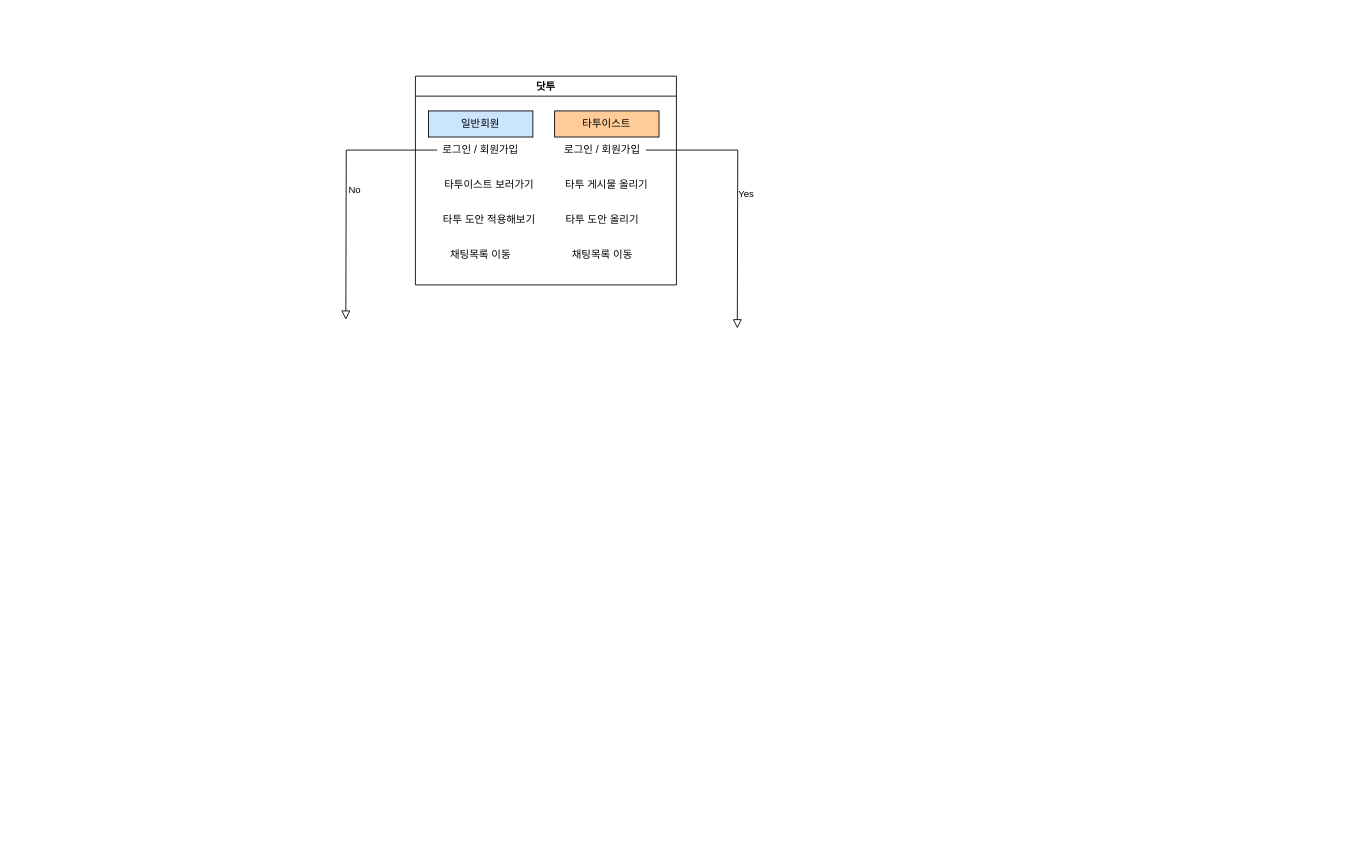
Before: Untitled Diagram.drawio in COSMOS98/DoTattoo, a draw.io diagram. Source tidied: cells renumbered, new cells numbered last; positions are measured from the earlier drawing's top-left corner, leaving out a move shared by most shapes. Both pictures are drawn from the tidied source at 87%, with x=0, y=0 at pixel (345, 76).
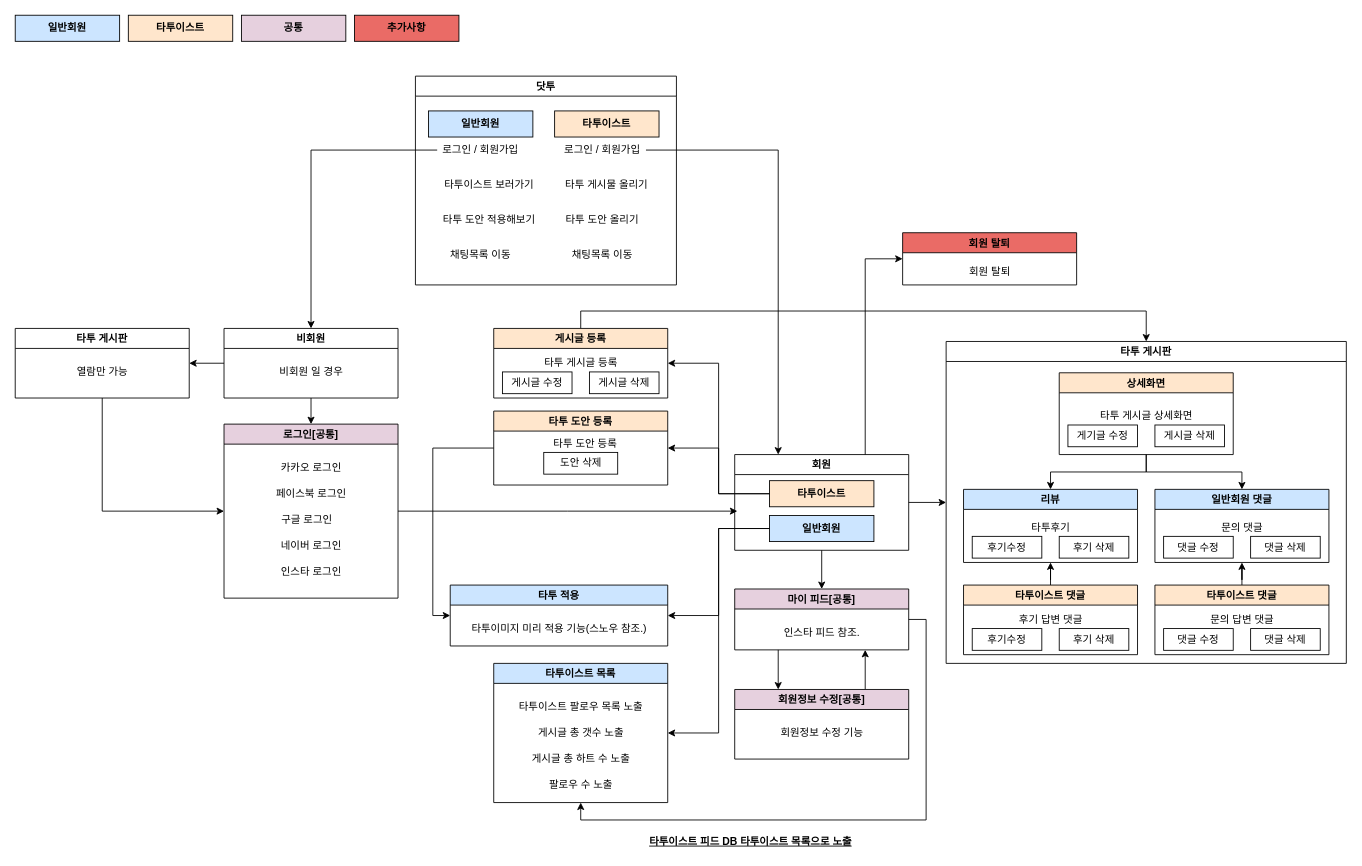
The same page after the edit.

The change refers to these unchanged cells:
```xml
<mxCell id="4" value="닷투" style="swimlane;" parent="1" vertex="1">
  <mxGeometry x="80" width="300" height="240" as="geometry" />
</mxCell>
<mxCell id="5" value="로그인 / 회원가입" style="text;html=1;strokeColor=none;fillColor=none;align=center;verticalAlign=middle;whiteSpace=wrap;rounded=0;" parent="4" vertex="1">
  <mxGeometry x="25" y="70" width="100" height="30" as="geometry" />
</mxCell>
<mxCell id="6" value="로그인 / 회원가입" style="text;html=1;strokeColor=none;fillColor=none;align=center;verticalAlign=middle;whiteSpace=wrap;rounded=0;" parent="4" vertex="1">
  <mxGeometry x="165" y="70" width="100" height="30" as="geometry" />
</mxCell>
```

Change to the diagram source:
```diff
@@
-    <mxCell id="2" value="No" style="edgeStyle=orthogonalEdgeStyle;rounded=0;html=1;jettySize=auto;fontSize=11;endArrow=block;endFill=0;endSize=8;strokeWidth=1;shadow=0;labelBackgroundColor=none;exitX=0;exitY=0.5;exitDx=0;exitDy=0;" parent="1" edge="1" source="5">
-      <mxGeometry y="10" relative="1" as="geometry">
-        <mxPoint y="280" as="targetPoint" />
-      </mxGeometry>
-    </mxCell>
-    <mxCell id="3" value="Yes" style="edgeStyle=orthogonalEdgeStyle;rounded=0;html=1;jettySize=auto;fontSize=11;endArrow=block;endFill=0;endSize=8;strokeWidth=1;shadow=0;labelBackgroundColor=none;exitX=1;exitY=0.5;exitDx=0;exitDy=0;" parent="1" edge="1" source="6">
-      <mxGeometry y="10" relative="1" as="geometry">
-        <mxPoint x="450" y="290" as="targetPoint" />
-      </mxGeometry>
-    </mxCell>
@@
-    <mxCell id="13" value="일반회원" style="rounded=0;whiteSpace=wrap;html=1;fillColor=#CCE5FF;" parent="4" vertex="1">
+    <mxCell id="13" value="&lt;b&gt;일반회원&lt;/b&gt;" style="rounded=0;whiteSpace=wrap;html=1;fillColor=#CCE5FF;" parent="4" vertex="1">
       <mxGeometry x="15" y="40" width="120" height="30" as="geometry" />
     </mxCell>
-    <mxCell id="14" value="타투이스트" style="rounded=0;whiteSpace=wrap;html=1;fillColor=#FFCC99;" parent="4" vertex="1">
+    <mxCell id="14" value="&lt;b&gt;타투이스트&lt;/b&gt;" style="rounded=0;whiteSpace=wrap;html=1;fillColor=#FFE6CC;" parent="4" vertex="1">
       <mxGeometry x="160" y="40" width="120" height="30" as="geometry" />
     </mxCell>
+    <mxCell id="15" style="edgeStyle=orthogonalEdgeStyle;rounded=0;jettySize=auto;html=1;exitX=0;exitY=0.5;exitDx=0;exitDy=0;entryX=1;entryY=0.5;entryDx=0;entryDy=0;" parent="1" edge="1" source="17" target="28">
+      <mxGeometry relative="1" as="geometry" />
+    </mxCell>
+    <mxCell id="16" style="edgeStyle=orthogonalEdgeStyle;rounded=0;jettySize=auto;html=1;exitX=0.5;exitY=1;exitDx=0;exitDy=0;entryX=0.5;entryY=0;entryDx=0;entryDy=0;" parent="1" edge="1" source="17" target="31">
+      <mxGeometry relative="1" as="geometry" />
+    </mxCell>
+    <mxCell id="17" value="비회원" style="swimlane;strokeColor=#000000;fillColor=none;" parent="1" vertex="1">
+      <mxGeometry x="-140" y="290" width="200" height="80" as="geometry" />
+    </mxCell>
+    <mxCell id="18" value="비회원 일 경우" style="text;html=1;align=center;verticalAlign=middle;strokeColor=none;fillColor=none;" parent="17" vertex="1">
+      <mxGeometry x="55" y="40" width="90" height="20" as="geometry" />
+    </mxCell>
+    <mxCell id="19" style="edgeStyle=orthogonalEdgeStyle;rounded=0;jettySize=auto;html=1;exitX=0.5;exitY=1;exitDx=0;exitDy=0;entryX=0.5;entryY=0;entryDx=0;entryDy=0;" parent="1" edge="1" source="22" target="39">
+      <mxGeometry relative="1" as="geometry" />
+    </mxCell>
+    <mxCell id="20" style="edgeStyle=orthogonalEdgeStyle;rounded=0;jettySize=auto;html=1;exitX=1;exitY=0.5;exitDx=0;exitDy=0;entryX=0;entryY=0.5;entryDx=0;entryDy=0;" parent="1" edge="1" source="22" target="44">
+      <mxGeometry relative="1" as="geometry" />
+    </mxCell>
+    <mxCell id="21" style="edgeStyle=orthogonalEdgeStyle;rounded=0;jettySize=auto;html=1;exitX=0.75;exitY=0;exitDx=0;exitDy=0;entryX=0;entryY=0.5;entryDx=0;entryDy=0;" parent="1" edge="1" source="22" target="93">
+      <mxGeometry relative="1" as="geometry" />
+    </mxCell>
+    <mxCell id="22" value="회원" style="swimlane;strokeColor=#000000;fillColor=none;" parent="1" vertex="1">
+      <mxGeometry x="447" y="435" width="200" height="110" as="geometry" />
+    </mxCell>
+    <mxCell id="23" value="&lt;b&gt;타투이스트&lt;/b&gt;" style="rounded=0;whiteSpace=wrap;html=1;fillColor=#FFE6CC;" parent="22" vertex="1">
+      <mxGeometry x="40" y="30" width="120" height="30" as="geometry" />
+    </mxCell>
+    <mxCell id="24" value="&lt;b&gt;일반회원&lt;/b&gt;" style="rounded=0;whiteSpace=wrap;html=1;fillColor=#CCE5FF;" parent="22" vertex="1">
+      <mxGeometry x="40" y="70" width="120" height="30" as="geometry" />
+    </mxCell>
+    <mxCell id="25" style="edgeStyle=orthogonalEdgeStyle;rounded=0;jettySize=auto;html=1;exitX=0;exitY=0.5;exitDx=0;exitDy=0;entryX=0.5;entryY=0;entryDx=0;entryDy=0;" parent="1" edge="1" source="5" target="17">
+      <mxGeometry relative="1" as="geometry" />
+    </mxCell>
+    <mxCell id="26" style="edgeStyle=orthogonalEdgeStyle;rounded=0;jettySize=auto;html=1;exitX=1;exitY=0.5;exitDx=0;exitDy=0;entryX=0.25;entryY=0;entryDx=0;entryDy=0;" parent="1" edge="1" source="6" target="22">
+      <mxGeometry relative="1" as="geometry" />
+    </mxCell>
+    <mxCell id="27" style="edgeStyle=orthogonalEdgeStyle;rounded=0;jettySize=auto;html=1;entryX=0;entryY=0.5;entryDx=0;entryDy=0;exitX=0.5;exitY=1;exitDx=0;exitDy=0;" parent="1" edge="1" source="28" target="31">
+      <mxGeometry relative="1" as="geometry" />
+    </mxCell>
+    <mxCell id="28" value="타투 게시판" style="swimlane;strokeColor=#000000;fillColor=none;" parent="1" vertex="1">
+      <mxGeometry x="-380" y="290" width="200" height="80" as="geometry" />
+    </mxCell>
+    <mxCell id="29" value="열람만 가능" style="text;html=1;align=center;verticalAlign=middle;strokeColor=none;fillColor=none;" parent="28" vertex="1">
+      <mxGeometry x="60" y="40" width="80" height="20" as="geometry" />
+    </mxCell>
+    <mxCell id="30" style="edgeStyle=orthogonalEdgeStyle;rounded=0;jettySize=auto;html=1;exitX=1;exitY=0.5;exitDx=0;exitDy=0;" parent="1" edge="1" source="31">
+      <mxGeometry relative="1" as="geometry">
+        <mxPoint x="450" y="500" as="targetPoint" />
+      </mxGeometry>
+    </mxCell>
+    <mxCell id="31" value="로그인[공통]" style="swimlane;strokeColor=#000000;fillColor=#E6D0DE;" parent="1" vertex="1">
+      <mxGeometry x="-140" y="400" width="200" height="200" as="geometry" />
+    </mxCell>
+    <mxCell id="32" value="네이버 로그인" style="text;html=1;align=center;verticalAlign=middle;strokeColor=none;fillColor=none;" parent="31" vertex="1">
+      <mxGeometry x="55" y="130" width="90" height="20" as="geometry" />
+    </mxCell>
+    <mxCell id="33" value="구글 로그인" style="text;html=1;align=center;verticalAlign=middle;strokeColor=none;fillColor=none;" parent="31" vertex="1">
+      <mxGeometry x="55" y="100" width="80" height="20" as="geometry" />
+    </mxCell>
+    <mxCell id="34" value="페이스북 로그인" style="text;html=1;align=center;verticalAlign=middle;strokeColor=none;fillColor=none;" parent="31" vertex="1">
+      <mxGeometry x="50" y="70" width="100" height="20" as="geometry" />
+    </mxCell>
+    <mxCell id="35" value="카카오 로그인" style="text;html=1;align=center;verticalAlign=middle;strokeColor=none;fillColor=none;" parent="31" vertex="1">
+      <mxGeometry x="55" y="40" width="90" height="20" as="geometry" />
+    </mxCell>
+    <mxCell id="36" value="인스타 로그인" style="text;html=1;align=center;verticalAlign=middle;strokeColor=none;fillColor=none;" parent="31" vertex="1">
+      <mxGeometry x="55" y="160" width="90" height="20" as="geometry" />
+    </mxCell>
+    <mxCell id="37" style="edgeStyle=orthogonalEdgeStyle;rounded=0;jettySize=auto;html=1;exitX=0.25;exitY=1;exitDx=0;exitDy=0;entryX=0.25;entryY=0;entryDx=0;entryDy=0;" parent="1" edge="1" source="39" target="42">
+      <mxGeometry relative="1" as="geometry" />
+    </mxCell>
+    <mxCell id="38" style="edgeStyle=orthogonalEdgeStyle;rounded=0;jettySize=auto;html=1;entryX=0.5;entryY=1;entryDx=0;entryDy=0;exitX=1;exitY=0.5;exitDx=0;exitDy=0;" parent="1" edge="1" source="39" target="71">
+      <mxGeometry relative="1" as="geometry" />
+    </mxCell>
+    <mxCell id="39" value="마이 피드[공통]" style="swimlane;strokeColor=#000000;fillColor=#E6D0DE;" parent="1" vertex="1">
+      <mxGeometry x="447" y="589.5" width="200" height="70" as="geometry" />
+    </mxCell>
+    <mxCell id="40" value="인스타 피드 참조." style="text;html=1;align=center;verticalAlign=middle;strokeColor=none;fillColor=none;" parent="39" vertex="1">
+      <mxGeometry x="45" y="40" width="110" height="20" as="geometry" />
+    </mxCell>
+    <mxCell id="41" style="edgeStyle=orthogonalEdgeStyle;rounded=0;jettySize=auto;html=1;exitX=0.75;exitY=0;exitDx=0;exitDy=0;entryX=0.75;entryY=1;entryDx=0;entryDy=0;" parent="1" edge="1" source="42" target="39">
+      <mxGeometry relative="1" as="geometry" />
+    </mxCell>
+    <mxCell id="42" value="회원정보 수정[공통]" style="swimlane;strokeColor=#000000;fillColor=#E6D0DE;" parent="1" vertex="1">
+      <mxGeometry x="447" y="705" width="200" height="80" as="geometry" />
+    </mxCell>
+    <mxCell id="43" value="회원정보 수정 기능" style="text;html=1;align=center;verticalAlign=middle;strokeColor=none;fillColor=none;" parent="42" vertex="1">
+      <mxGeometry x="40" y="40" width="120" height="20" as="geometry" />
+    </mxCell>
+    <mxCell id="44" value="타투 게시판" style="swimlane;strokeColor=#000000;fillColor=none;" parent="1" vertex="1">
+      <mxGeometry x="690" y="305" width="460" height="370" as="geometry" />
+    </mxCell>
+    <mxCell id="45" style="edgeStyle=orthogonalEdgeStyle;rounded=0;jettySize=auto;html=1;exitX=0.5;exitY=1;exitDx=0;exitDy=0;entryX=0.5;entryY=0;entryDx=0;entryDy=0;" parent="44" edge="1" source="47" target="55">
+      <mxGeometry relative="1" as="geometry" />
+    </mxCell>
+    <mxCell id="46" style="edgeStyle=orthogonalEdgeStyle;rounded=0;jettySize=auto;html=1;exitX=0.5;exitY=1;exitDx=0;exitDy=0;entryX=0.5;entryY=0;entryDx=0;entryDy=0;" parent="44" edge="1" source="47" target="51">
+      <mxGeometry relative="1" as="geometry" />
+    </mxCell>
+    <mxCell id="47" value="상세화면" style="swimlane;strokeColor=#000000;fillColor=#FFE6CC;" parent="44" vertex="1">
+      <mxGeometry x="130" y="36" width="200" height="94" as="geometry" />
+    </mxCell>
+    <mxCell id="48" value="타투 게시글 상세화면" style="text;html=1;align=center;verticalAlign=middle;strokeColor=none;fillColor=none;" parent="47" vertex="1">
+      <mxGeometry x="35" y="40" width="130" height="20" as="geometry" />
+    </mxCell>
+    <mxCell id="49" value="게기글 수정" style="rounded=0;whiteSpace=wrap;html=1;fillColor=none;" parent="47" vertex="1">
+      <mxGeometry x="10" y="60" width="80" height="25" as="geometry" />
+    </mxCell>
+    <mxCell id="50" value="게시글 삭제" style="rounded=0;whiteSpace=wrap;html=1;fillColor=none;" parent="47" vertex="1">
+      <mxGeometry x="110" y="60" width="80" height="25" as="geometry" />
+    </mxCell>
+    <mxCell id="51" value="일반회원 댓글" style="swimlane;strokeColor=#000000;fillColor=#CCE5FF;startSize=23;" parent="44" vertex="1">
+      <mxGeometry x="240" y="170" width="200" height="84" as="geometry" />
+    </mxCell>
+    <mxCell id="52" value="문의 댓글" style="text;html=1;align=center;verticalAlign=middle;strokeColor=none;fillColor=none;" parent="51" vertex="1">
+      <mxGeometry x="65" y="34" width="70" height="20" as="geometry" />
+    </mxCell>
+    <mxCell id="53" value="댓글 수정" style="rounded=0;whiteSpace=wrap;html=1;fillColor=none;" parent="51" vertex="1">
+      <mxGeometry x="10" y="54" width="80" height="25" as="geometry" />
+    </mxCell>
+    <mxCell id="54" value="댓글 삭제" style="rounded=0;whiteSpace=wrap;html=1;fillColor=none;" parent="51" vertex="1">
+      <mxGeometry x="110" y="54" width="80" height="25" as="geometry" />
+    </mxCell>
+    <mxCell id="55" value="리뷰" style="swimlane;strokeColor=#000000;fillColor=#CCE5FF;" parent="44" vertex="1">
+      <mxGeometry x="20" y="170" width="200" height="84" as="geometry" />
+    </mxCell>
+    <mxCell id="56" value="타투후기" style="text;html=1;align=center;verticalAlign=middle;strokeColor=none;fillColor=none;" parent="55" vertex="1">
+      <mxGeometry x="70" y="34" width="60" height="20" as="geometry" />
+    </mxCell>
+    <mxCell id="57" value="후기수정" style="rounded=0;whiteSpace=wrap;html=1;fillColor=none;" parent="55" vertex="1">
+      <mxGeometry x="10" y="54" width="80" height="25" as="geometry" />
+    </mxCell>
+    <mxCell id="58" value="후기 삭제" style="rounded=0;whiteSpace=wrap;html=1;fillColor=none;" parent="55" vertex="1">
+      <mxGeometry x="110" y="54" width="80" height="25" as="geometry" />
+    </mxCell>
+    <mxCell id="59" style="edgeStyle=orthogonalEdgeStyle;rounded=0;jettySize=auto;html=1;entryX=0.5;entryY=1;entryDx=0;entryDy=0;" parent="44" edge="1" source="60" target="55">
+      <mxGeometry relative="1" as="geometry" />
+    </mxCell>
+    <mxCell id="60" value="타투이스트 댓글" style="swimlane;strokeColor=#000000;fillColor=#FFE6CC;startSize=23;" parent="44" vertex="1">
+      <mxGeometry x="20" y="280" width="200" height="80" as="geometry" />
+    </mxCell>
+    <mxCell id="61" value="후기 답변 댓글" style="text;html=1;align=center;verticalAlign=middle;strokeColor=none;fillColor=none;" parent="60" vertex="1">
+      <mxGeometry x="55" y="30" width="90" height="20" as="geometry" />
+    </mxCell>
+    <mxCell id="62" value="후기수정" style="rounded=0;whiteSpace=wrap;html=1;fillColor=none;" parent="60" vertex="1">
+      <mxGeometry x="10" y="50" width="80" height="25" as="geometry" />
+    </mxCell>
+    <mxCell id="63" value="후기 삭제" style="rounded=0;whiteSpace=wrap;html=1;fillColor=none;" parent="60" vertex="1">
+      <mxGeometry x="110" y="50" width="80" height="25" as="geometry" />
+    </mxCell>
+    <mxCell id="64" style="edgeStyle=orthogonalEdgeStyle;rounded=0;jettySize=auto;html=1;entryX=0.5;entryY=1;entryDx=0;entryDy=0;" parent="44" edge="1" source="65" target="51">
+      <mxGeometry relative="1" as="geometry" />
+    </mxCell>
+    <mxCell id="65" value="타투이스트 댓글" style="swimlane;strokeColor=#000000;fillColor=#FFE6CC;startSize=23;" parent="44" vertex="1">
+      <mxGeometry x="240" y="280" width="200" height="80" as="geometry" />
+    </mxCell>
+    <mxCell id="66" value="문의 답변 댓글" style="text;html=1;align=center;verticalAlign=middle;strokeColor=none;fillColor=none;" parent="65" vertex="1">
+      <mxGeometry x="55" y="30" width="90" height="20" as="geometry" />
+    </mxCell>
+    <mxCell id="67" value="댓글 수정" style="rounded=0;whiteSpace=wrap;html=1;fillColor=none;" parent="65" vertex="1">
+      <mxGeometry x="10" y="50" width="80" height="25" as="geometry" />
+    </mxCell>
+    <mxCell id="68" value="댓글 삭제" style="rounded=0;whiteSpace=wrap;html=1;fillColor=none;" parent="65" vertex="1">
+      <mxGeometry x="110" y="50" width="80" height="25" as="geometry" />
+    </mxCell>
+    <mxCell id="69" value="타투 적용" style="swimlane;strokeColor=#000000;fillColor=#CCE5FF;" parent="1" vertex="1">
+      <mxGeometry x="120" y="585" width="250" height="70" as="geometry" />
+    </mxCell>
+    <mxCell id="70" value="타투이미지 미리 적용 기능(스노우 참조.)" style="text;html=1;align=center;verticalAlign=middle;strokeColor=none;fillColor=none;" parent="69" vertex="1">
+      <mxGeometry x="10" y="40" width="230" height="20" as="geometry" />
+    </mxCell>
+    <mxCell id="71" value="타투이스트 목록" style="swimlane;strokeColor=#000000;fillColor=#CCE5FF;" parent="1" vertex="1">
+      <mxGeometry x="170" y="675" width="200" height="160" as="geometry" />
+    </mxCell>
+    <mxCell id="72" value="게시글 총 하트 수 노출" style="text;html=1;align=center;verticalAlign=middle;strokeColor=none;fillColor=none;" parent="71" vertex="1">
+      <mxGeometry x="30" y="100" width="140" height="20" as="geometry" />
+    </mxCell>
+    <mxCell id="73" value="팔로우 수 노출" style="text;html=1;align=center;verticalAlign=middle;strokeColor=none;fillColor=none;" parent="71" vertex="1">
+      <mxGeometry x="55" y="130" width="90" height="20" as="geometry" />
+    </mxCell>
+    <mxCell id="74" value="타투이스트 팔로우 목록 노출" style="text;html=1;align=center;verticalAlign=middle;strokeColor=none;fillColor=none;" parent="71" vertex="1">
+      <mxGeometry x="15" y="40" width="170" height="20" as="geometry" />
+    </mxCell>
+    <mxCell id="75" value="게시글 총 갯수 노출" style="text;html=1;align=center;verticalAlign=middle;strokeColor=none;fillColor=none;" parent="1" vertex="1">
+      <mxGeometry x="210" y="745" width="120" height="20" as="geometry" />
+    </mxCell>
+    <mxCell id="76" style="edgeStyle=orthogonalEdgeStyle;rounded=0;jettySize=auto;html=1;entryX=0.5;entryY=0;entryDx=0;entryDy=0;exitX=0.5;exitY=0;exitDx=0;exitDy=0;" parent="1" edge="1" source="77" target="44">
+      <mxGeometry relative="1" as="geometry" />
+    </mxCell>
+    <mxCell id="77" value="게시글 등록" style="swimlane;strokeColor=#000000;fillColor=#FFE6CC;" parent="1" vertex="1">
+      <mxGeometry x="170" y="290" width="200" height="80" as="geometry" />
+    </mxCell>
+    <mxCell id="78" value="타투 게시글 등록" style="text;html=1;align=center;verticalAlign=middle;strokeColor=none;fillColor=none;" parent="77" vertex="1">
+      <mxGeometry x="45" y="30" width="110" height="20" as="geometry" />
+    </mxCell>
+    <mxCell id="79" value="게시글 수정" style="rounded=0;whiteSpace=wrap;html=1;fillColor=none;" parent="77" vertex="1">
+      <mxGeometry x="10" y="50" width="80" height="25" as="geometry" />
+    </mxCell>
+    <mxCell id="80" value="게시글 삭제" style="rounded=0;whiteSpace=wrap;html=1;fillColor=none;" parent="77" vertex="1">
+      <mxGeometry x="110" y="50" width="80" height="25" as="geometry" />
+    </mxCell>
+    <mxCell id="81" style="edgeStyle=orthogonalEdgeStyle;rounded=0;jettySize=auto;html=1;entryX=0;entryY=0.5;entryDx=0;entryDy=0;exitX=0;exitY=0.5;exitDx=0;exitDy=0;" parent="1" edge="1" source="82" target="69">
+      <mxGeometry relative="1" as="geometry" />
+    </mxCell>
+    <mxCell id="82" value="타투 도안 등록" style="swimlane;strokeColor=#000000;fillColor=#FFE6CC;" parent="1" vertex="1">
+      <mxGeometry x="170" y="385" width="200" height="85" as="geometry" />
+    </mxCell>
+    <mxCell id="83" value="타투 도안 등록" style="text;html=1;align=center;verticalAlign=middle;strokeColor=none;fillColor=none;" parent="82" vertex="1">
+      <mxGeometry x="60" y="27.5" width="90" height="20" as="geometry" />
+    </mxCell>
+    <mxCell id="84" value="도안 삭제" style="rounded=0;whiteSpace=wrap;html=1;fillColor=none;" parent="82" vertex="1">
+      <mxGeometry x="57.5" y="47.5" width="85" height="25" as="geometry" />
+    </mxCell>
+    <mxCell id="85" style="edgeStyle=orthogonalEdgeStyle;rounded=0;jettySize=auto;html=1;exitX=0;exitY=0.5;exitDx=0;exitDy=0;entryX=1;entryY=0.5;entryDx=0;entryDy=0;" parent="1" edge="1" source="24" target="69">
+      <mxGeometry relative="1" as="geometry" />
+    </mxCell>
+    <mxCell id="86" style="edgeStyle=orthogonalEdgeStyle;rounded=0;jettySize=auto;html=1;exitX=0;exitY=0.5;exitDx=0;exitDy=0;entryX=1;entryY=0.5;entryDx=0;entryDy=0;" parent="1" edge="1" source="24" target="71">
+      <mxGeometry relative="1" as="geometry" />
+    </mxCell>
+    <mxCell id="87" style="edgeStyle=orthogonalEdgeStyle;rounded=0;jettySize=auto;html=1;exitX=0;exitY=0.5;exitDx=0;exitDy=0;entryX=1;entryY=0.5;entryDx=0;entryDy=0;" parent="1" edge="1" source="23" target="77">
+      <mxGeometry relative="1" as="geometry" />
+    </mxCell>
+    <mxCell id="88" style="edgeStyle=orthogonalEdgeStyle;rounded=0;jettySize=auto;html=1;exitX=0;exitY=0.5;exitDx=0;exitDy=0;entryX=1;entryY=0.5;entryDx=0;entryDy=0;" parent="1" edge="1" source="23" target="82">
+      <mxGeometry relative="1" as="geometry" />
+    </mxCell>
+    <mxCell id="89" value="&lt;b&gt;&lt;u&gt;타투이스트 피드 DB 타투이스트 목록으로 노출&lt;/u&gt;&lt;/b&gt;" style="text;html=1;align=center;verticalAlign=middle;strokeColor=none;fillColor=none;" parent="1" vertex="1">
+      <mxGeometry x="330" y="870" width="270" height="20" as="geometry" />
+    </mxCell>
+    <mxCell id="90" value="&lt;b&gt;일반회원&lt;/b&gt;" style="rounded=0;whiteSpace=wrap;html=1;fillColor=#CCE5FF;" parent="1" vertex="1">
+      <mxGeometry x="-380" y="-70" width="120" height="30" as="geometry" />
+    </mxCell>
+    <mxCell id="91" value="&lt;b&gt;타투이스트&lt;/b&gt;" style="rounded=0;whiteSpace=wrap;html=1;fillColor=#FFE6CC;" parent="1" vertex="1">
+      <mxGeometry x="-250" y="-70" width="120" height="30" as="geometry" />
+    </mxCell>
+    <mxCell id="92" value="&lt;b&gt;공통&lt;/b&gt;" style="rounded=0;whiteSpace=wrap;html=1;fillColor=#E6D0DE;" parent="1" vertex="1">
+      <mxGeometry x="-120" y="-70" width="120" height="30" as="geometry" />
+    </mxCell>
+    <mxCell id="93" value="회원 탈퇴" style="swimlane;fillColor=#EA6B66;" parent="1" vertex="1">
+      <mxGeometry x="640" y="180" width="200" height="60" as="geometry" />
+    </mxCell>
+    <mxCell id="94" value="회원 탈퇴" style="text;html=1;align=center;verticalAlign=middle;strokeColor=none;fillColor=none;" parent="93" vertex="1">
+      <mxGeometry x="65" y="35" width="70" height="20" as="geometry" />
+    </mxCell>
+    <mxCell id="95" value="&lt;b&gt;추가사항&lt;/b&gt;" style="rounded=0;whiteSpace=wrap;html=1;fillColor=#EA6B66;" parent="1" vertex="1">
+      <mxGeometry x="10" y="-70" width="120" height="30" as="geometry" />
+    </mxCell>
```
